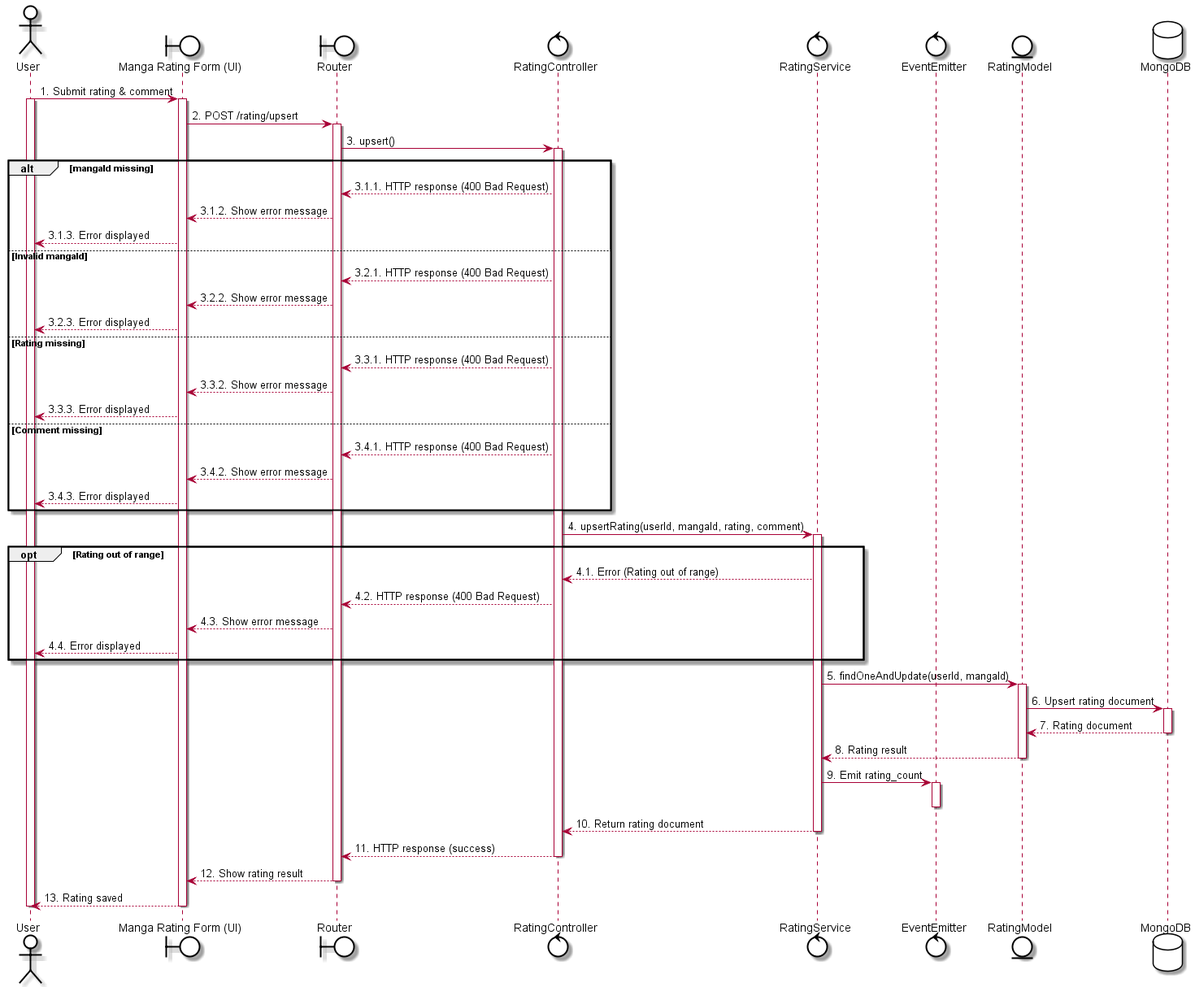
Above: out/uc39 - Rating Story/uc39 - Rating Story.png in LGK1412/sequence_sep490_01 (PlantUML), before the change.
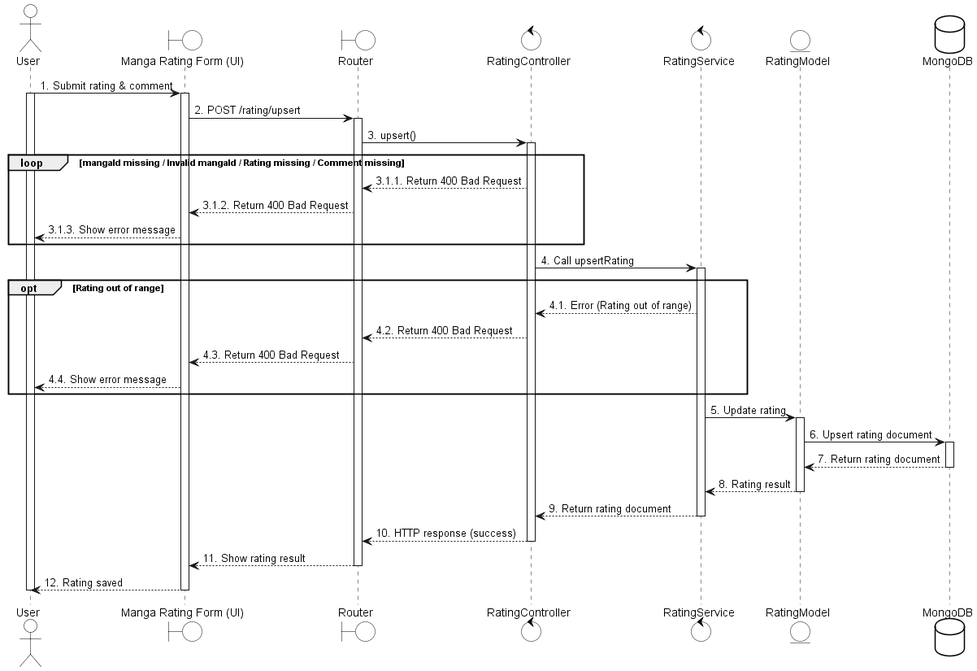
The same diagram one commit later.

The edit, as a diff of the source:
```diff
@@ -18,7 +18,6 @@
 boundary Router
 control RatingController
 control RatingService
-control EventEmitter
 entity RatingModel
 database MongoDB
 
@@ -32,55 +31,38 @@
 Router -> RatingController: 3. upsert()
 activate RatingController
 
-alt mangaId missing
-    RatingController --> Router: 3.1.1. HTTP response (400 Bad Request)
-    Router --> UI: 3.1.2. Show error message
-    UI --> User: 3.1.3. Error displayed
-else Invalid mangaId
-    RatingController --> Router: 3.2.1. HTTP response (400 Bad Request)
-    Router --> UI: 3.2.2. Show error message
-    UI --> User: 3.2.3. Error displayed
-else Rating missing
-    RatingController --> Router: 3.3.1. HTTP response (400 Bad Request)
-    Router --> UI: 3.3.2. Show error message
-    UI --> User: 3.3.3. Error displayed
-else Comment missing
-    RatingController --> Router: 3.4.1. HTTP response (400 Bad Request)
-    Router --> UI: 3.4.2. Show error message
-    UI --> User: 3.4.3. Error displayed
-
+loop mangaId missing / Invalid mangaId / Rating missing / Comment missing
+    RatingController --> Router: 3.1.1. Return 400 Bad Request
+    Router --> UI: 3.1.2. Return 400 Bad Request
+    UI --> User: 3.1.3. Show error message
 end
 
-RatingController -> RatingService: 4. upsertRating(userId, mangaId, rating, comment)
+RatingController -> RatingService: 4. Call upsertRating
 
 activate RatingService
 opt Rating out of range
     RatingService --> RatingController: 4.1. Error (Rating out of range)
-    RatingController --> Router: 4.2. HTTP response (400 Bad Request)
-    Router --> UI: 4.3. Show error message
-    UI --> User: 4.4. Error displayed
+    RatingController --> Router: 4.2. Return 400 Bad Request
+    Router --> UI: 4.3. Return 400 Bad Request
+    UI --> User: 4.4. Show error message
 end
 
-RatingService -> RatingModel: 5. findOneAndUpdate(userId, mangaId)
+RatingService -> RatingModel: 5. Update rating
 activate RatingModel
 RatingModel -> MongoDB: 6. Upsert rating document
 activate MongoDB
-MongoDB --> RatingModel: 7. Rating document
+MongoDB --> RatingModel: 7. Return rating document
 deactivate MongoDB
 RatingModel --> RatingService: 8. Rating result
 deactivate RatingModel
-
-RatingService -> EventEmitter: 9. Emit rating_count
-activate EventEmitter
-deactivate EventEmitter
-RatingService --> RatingController: 10. Return rating document
+RatingService --> RatingController: 9. Return rating document
 deactivate RatingService
 
-RatingController --> Router: 11. HTTP response (success)
+RatingController --> Router: 10. HTTP response (success)
 deactivate RatingController
-Router --> UI: 12. Show rating result
+Router --> UI: 11. Show rating result
 deactivate Router
-UI --> User: 13. Rating saved
+UI --> User: 12. Rating saved
 deactivate UI
 deactivate User
 @enduml
```
